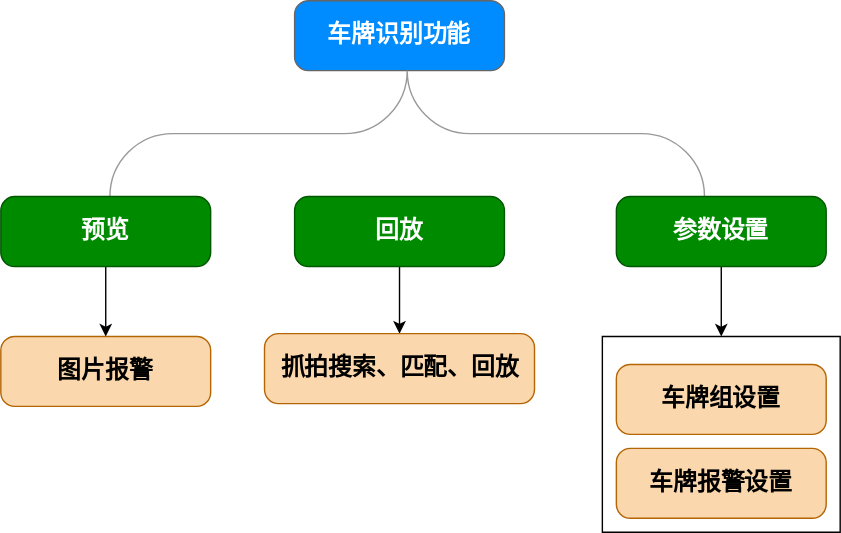
Earlier version of the draw.io export 车牌识别.svg (wing-cen/testPage). Source tidied: cells renumbered, new cells last; positions are measured from the earlier drawing's top-left corner, leaving out a move shared by most shapes.
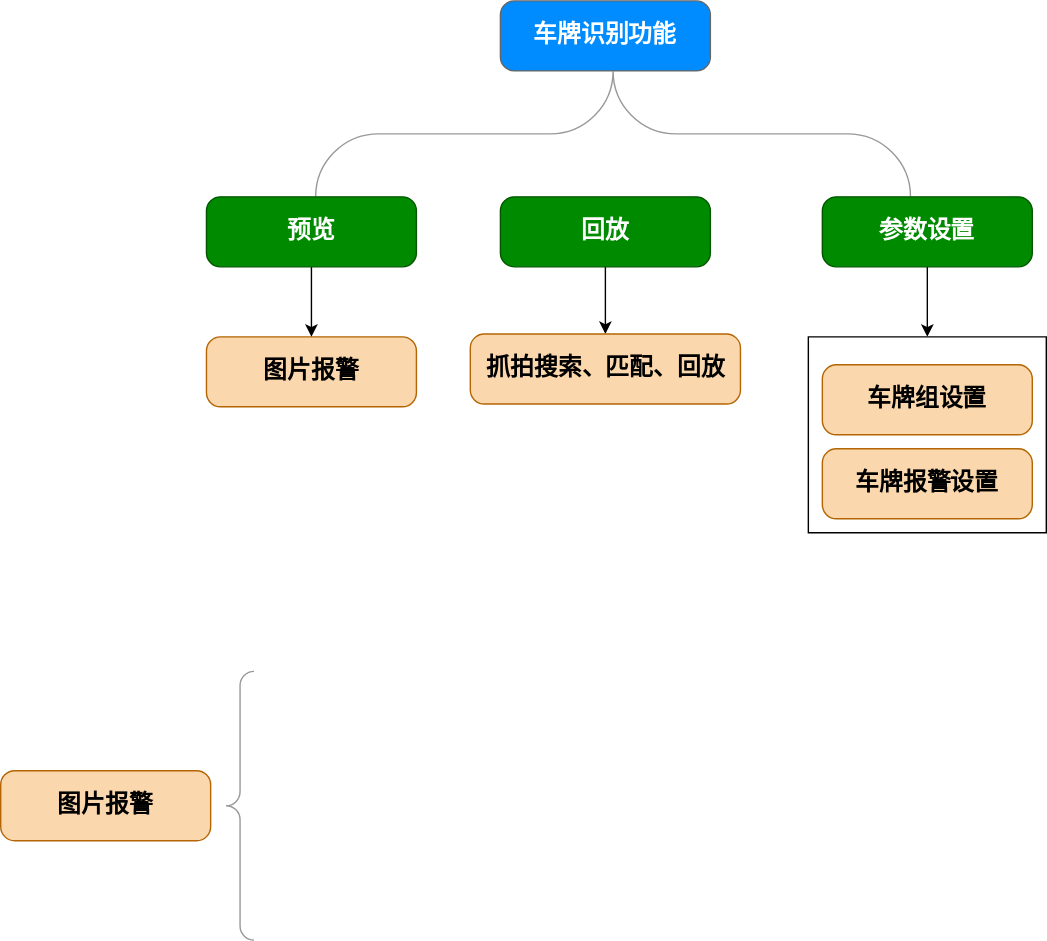
After the change.

Commit message:
更新车牌识别.svg

Diff of the diagram source:
```diff
@@ -43,5 +43,11 @@
     <mxCell id="14" value="车牌报警设置" style="strokeWidth=1;shadow=0;dashed=0;align=center;html=1;shape=mxgraph.mockup.buttons.button;strokeColor=#b46504;mainText=;buttonStyle=round;fontSize=17;fontStyle=1;fillColor=#fad7ac;whiteSpace=wrap;" parent="1" vertex="1">
       <mxGeometry x="440" y="320" width="150" height="50" as="geometry" />
     </mxCell>
+    <mxCell id="15" style="labelPosition=right;align=left;strokeWidth=1;shape=mxgraph.mockup.markup.curlyBrace;html=1;shadow=0;dashed=0;strokeColor=#999999;direction=north;fontColor=#000000;" parent="1" vertex="1">
+      <mxGeometry x="14" y="479" width="20" height="192" as="geometry" />
+    </mxCell>
+    <mxCell id="16" value="图片报警" style="strokeWidth=1;shadow=0;dashed=0;align=center;html=1;shape=mxgraph.mockup.buttons.button;strokeColor=#b46504;mainText=;buttonStyle=round;fontSize=17;fontStyle=1;fillColor=#fad7ac;whiteSpace=wrap;" parent="1" vertex="1">
+      <mxGeometry x="-147" y="550" width="150" height="50" as="geometry" />
+    </mxCell>
   </root>
 </mxGraphModel>
```
